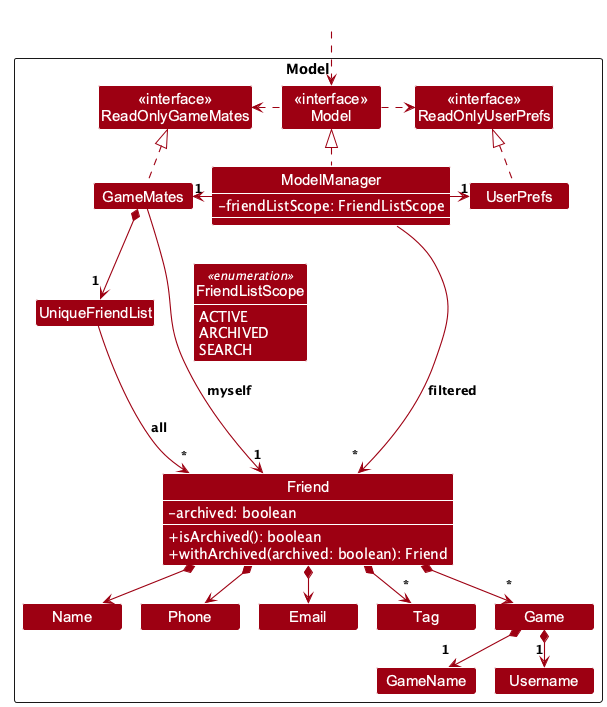
Before: pr-preview/pr-138/images/ModelClassDiagram.png, a diagram exported from PlantUML (AY2627S1-CS2103T-W14-3/tp).
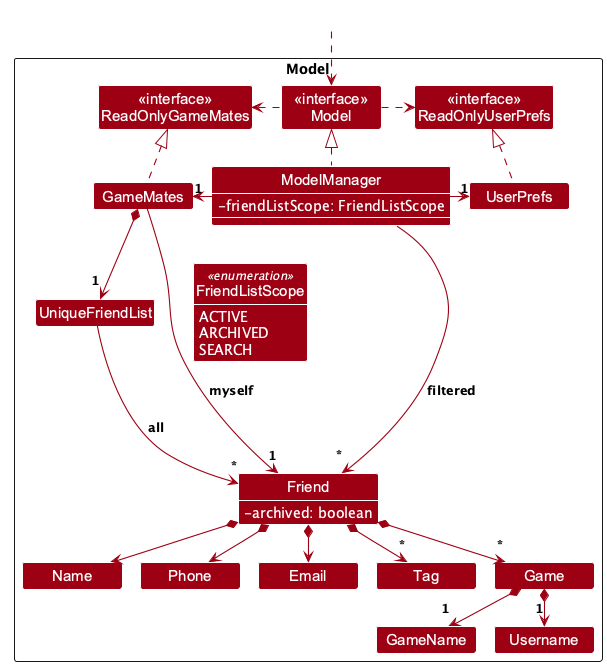
The same diagram one commit later.

The edit, as a diff of the source:
```diff
@@ -28,8 +28,6 @@
 Class UniqueFriendList
 Class Friend {
     -archived: boolean
-    +isArchived(): boolean
-    +withArchived(archived: boolean): Friend
 }
 Class Email
 Class Name
@@ -45,7 +43,7 @@
 Class HiddenOutside #FFFFFF
 HiddenOutside ..> Model
 
-show Friend members
+show Friend attributes
 show FriendListScope members
 show ModelManager members
 hide FriendListScope methods
```
